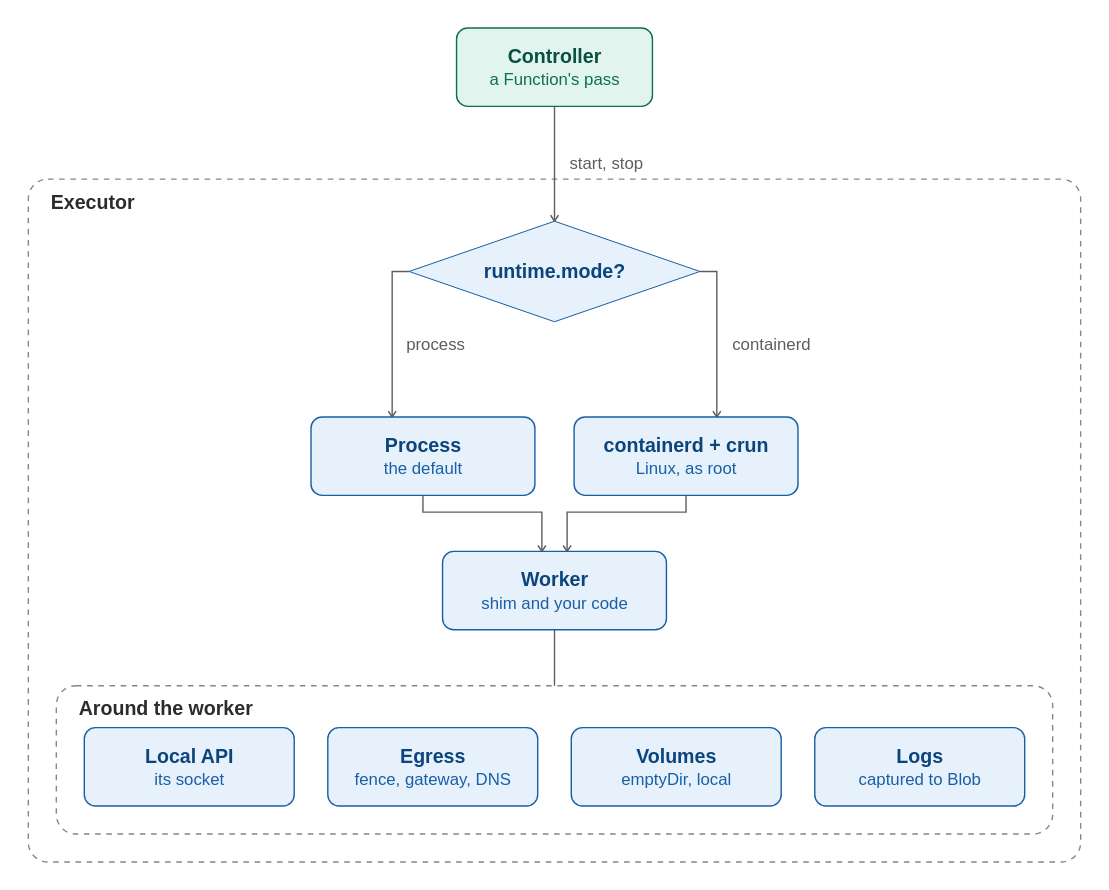
This is docs/guide/platform/architecture/data-plane-executor.drawio.svg from pyvvo/funcd, a draw.io export, as it was before one commit. Source tidied: cells renumbered, new cells last; positions are measured from the earlier drawing's top-left corner, leaving out a move shared by most shapes.
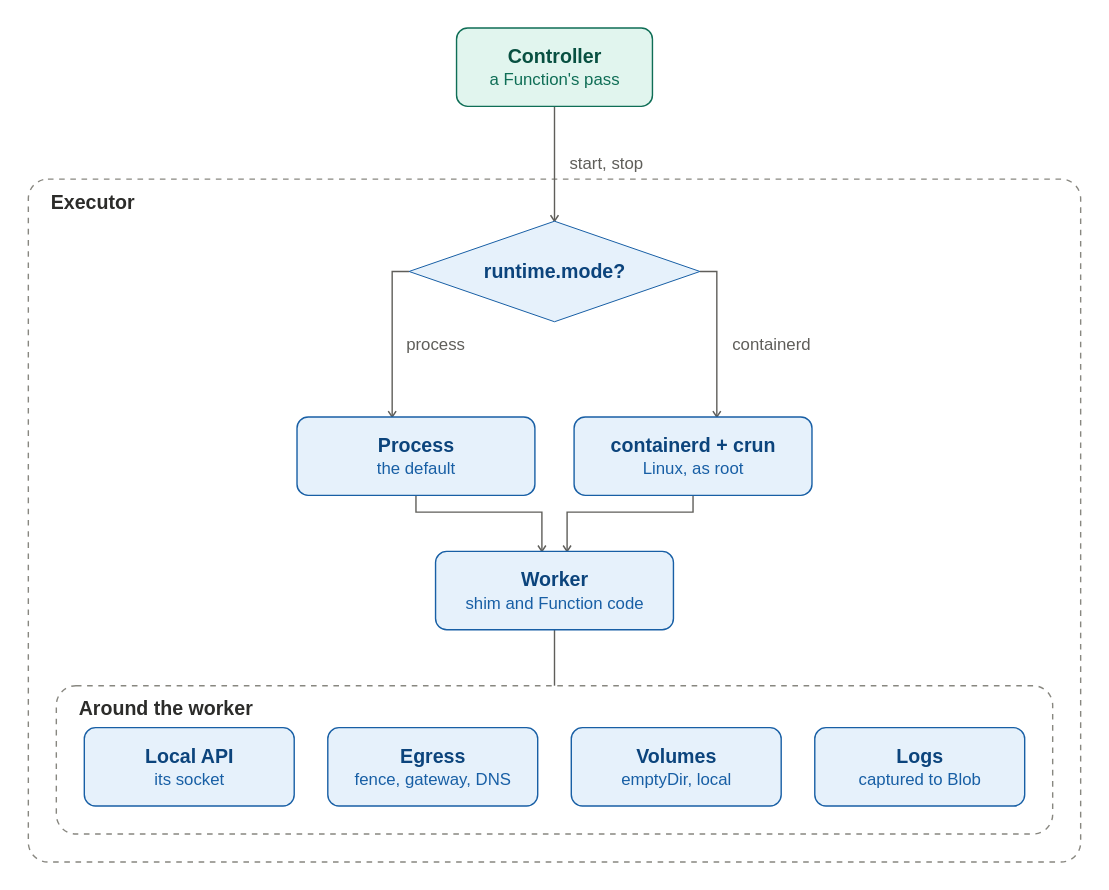
After the commit.

What changed in the source:
```diff
@@ -12,13 +12,13 @@
       <mxGeometry x="272" y="30" width="208" height="72" as="geometry" />
     </mxCell>
     <mxCell id="5" value="&lt;b&gt;Process&lt;/b&gt;&lt;br&gt;&lt;font style=&quot;font-size:12px&quot; color=&quot;#185FA5&quot;&gt;the default&lt;/font&gt;" style="rounded=1;absoluteArcSize=1;arcSize=16;whiteSpace=wrap;html=1;fillColor=#E6F1FB;strokeColor=#185FA5;fontColor=#0C447C;fontSize=14;" parent="3" vertex="1">
-      <mxGeometry x="202" y="170" width="160" height="56" as="geometry" />
+      <mxGeometry x="192" y="170" width="170" height="56" as="geometry" />
     </mxCell>
     <mxCell id="6" value="&lt;b&gt;containerd + crun&lt;/b&gt;&lt;br&gt;&lt;font style=&quot;font-size:12px&quot; color=&quot;#185FA5&quot;&gt;Linux, as root&lt;/font&gt;" style="rounded=1;absoluteArcSize=1;arcSize=16;whiteSpace=wrap;html=1;fillColor=#E6F1FB;strokeColor=#185FA5;fontColor=#0C447C;fontSize=14;" parent="3" vertex="1">
-      <mxGeometry x="390" y="170" width="160" height="56" as="geometry" />
+      <mxGeometry x="390" y="170" width="170" height="56" as="geometry" />
     </mxCell>
-    <mxCell id="7" value="&lt;b&gt;Worker&lt;/b&gt;&lt;br&gt;&lt;font style=&quot;font-size:12px&quot; color=&quot;#185FA5&quot;&gt;shim and your code&lt;/font&gt;" style="rounded=1;absoluteArcSize=1;arcSize=16;whiteSpace=wrap;html=1;fillColor=#E6F1FB;strokeColor=#185FA5;fontColor=#0C447C;fontSize=14;" parent="3" vertex="1">
-      <mxGeometry x="296" y="266" width="160" height="56" as="geometry" />
+    <mxCell id="7" value="&lt;b&gt;Worker&lt;/b&gt;&lt;br&gt;&lt;font style=&quot;font-size:12px&quot; color=&quot;#185FA5&quot;&gt;shim and Function code&lt;/font&gt;" style="rounded=1;absoluteArcSize=1;arcSize=16;whiteSpace=wrap;html=1;fillColor=#E6F1FB;strokeColor=#185FA5;fontColor=#0C447C;fontSize=14;" parent="3" vertex="1">
+      <mxGeometry x="291" y="266" width="170" height="56" as="geometry" />
     </mxCell>
     <mxCell id="8" value="Around the worker" style="rounded=1;absoluteArcSize=1;arcSize=28;dashed=1;fillColor=none;strokeColor=#888780;fontStyle=1;fontSize=14;fontColor=#2C2C2A;align=left;verticalAlign=top;spacingLeft=10;spacingTop=2;html=1;" parent="3" vertex="1">
       <mxGeometry x="20" y="362" width="712" height="106" as="geometry" />
@@ -40,7 +40,7 @@
         <mxPoint x="37" as="offset" />
       </mxGeometry>
     </mxCell>
-    <mxCell id="14" value="process" style="edgeStyle=orthogonalEdgeStyle;rounded=0;html=1;jettySize=auto;strokeColor=#5F5E5A;fontColor=#5F5E5A;fontSize=12;labelBackgroundColor=#FFFFFF;endSize=7;endArrow=open;endFill=0;exitX=0;exitY=0.5;exitDx=0;exitDy=0;exitPerimeter=0;entryX=0.362;entryY=0;entryDx=0;entryDy=0;entryPerimeter=0;" parent="1" edge="1" source="4" target="5">
+    <mxCell id="14" value="process" style="edgeStyle=orthogonalEdgeStyle;rounded=0;html=1;jettySize=auto;strokeColor=#5F5E5A;fontColor=#5F5E5A;fontSize=12;labelBackgroundColor=#FFFFFF;endSize=7;endArrow=open;endFill=0;exitX=0;exitY=0.5;exitDx=0;exitDy=0;exitPerimeter=0;entryX=0.4;entryY=0;entryDx=0;entryDy=0;entryPerimeter=0;" parent="1" edge="1" source="4" target="5">
       <mxGeometry x="0.1" relative="1" as="geometry">
         <Array as="points">
           <mxPoint x="260" y="174" />
@@ -48,7 +48,7 @@
         <mxPoint x="31" as="offset" />
       </mxGeometry>
     </mxCell>
-    <mxCell id="15" value="containerd" style="edgeStyle=orthogonalEdgeStyle;rounded=0;html=1;jettySize=auto;strokeColor=#5F5E5A;fontColor=#5F5E5A;fontSize=12;labelBackgroundColor=#FFFFFF;endSize=7;endArrow=open;endFill=0;exitX=1;exitY=0.5;exitDx=0;exitDy=0;exitPerimeter=0;entryX=0.637;entryY=0;entryDx=0;entryDy=0;entryPerimeter=0;" parent="1" edge="1" source="4" target="6">
+    <mxCell id="15" value="containerd" style="edgeStyle=orthogonalEdgeStyle;rounded=0;html=1;jettySize=auto;strokeColor=#5F5E5A;fontColor=#5F5E5A;fontSize=12;labelBackgroundColor=#FFFFFF;endSize=7;endArrow=open;endFill=0;exitX=1;exitY=0.5;exitDx=0;exitDy=0;exitPerimeter=0;entryX=0.6;entryY=0;entryDx=0;entryDy=0;entryPerimeter=0;" parent="1" edge="1" source="4" target="6">
       <mxGeometry x="0.1" relative="1" as="geometry">
         <Array as="points">
           <mxPoint x="492" y="174" />
@@ -56,18 +56,18 @@
         <mxPoint x="39" as="offset" />
       </mxGeometry>
     </mxCell>
-    <mxCell id="16" style="edgeStyle=orthogonalEdgeStyle;rounded=0;html=1;jettySize=auto;strokeColor=#5F5E5A;fontColor=#5F5E5A;fontSize=12;labelBackgroundColor=#FFFFFF;endSize=7;endArrow=open;endFill=0;exitX=0.5;exitY=1;exitDx=0;exitDy=0;exitPerimeter=0;entryX=0.444;entryY=0;entryDx=0;entryDy=0;entryPerimeter=0;" parent="1" edge="1" source="5" target="7">
+    <mxCell id="16" style="edgeStyle=orthogonalEdgeStyle;rounded=0;html=1;jettySize=auto;strokeColor=#5F5E5A;fontColor=#5F5E5A;fontSize=12;labelBackgroundColor=#FFFFFF;endSize=7;endArrow=open;endFill=0;exitX=0.5;exitY=1;exitDx=0;exitDy=0;exitPerimeter=0;entryX=0.447;entryY=0;entryDx=0;entryDy=0;entryPerimeter=0;" parent="1" edge="1" source="5" target="7">
       <mxGeometry relative="1" as="geometry">
         <Array as="points">
-          <mxPoint x="282" y="346" />
+          <mxPoint x="277" y="346" />
           <mxPoint x="367" y="346" />
         </Array>
       </mxGeometry>
     </mxCell>
-    <mxCell id="17" style="edgeStyle=orthogonalEdgeStyle;rounded=0;html=1;jettySize=auto;strokeColor=#5F5E5A;fontColor=#5F5E5A;fontSize=12;labelBackgroundColor=#FFFFFF;endSize=7;endArrow=open;endFill=0;exitX=0.5;exitY=1;exitDx=0;exitDy=0;exitPerimeter=0;entryX=0.556;entryY=0;entryDx=0;entryDy=0;entryPerimeter=0;" parent="1" edge="1" source="6" target="7">
+    <mxCell id="17" style="edgeStyle=orthogonalEdgeStyle;rounded=0;html=1;jettySize=auto;strokeColor=#5F5E5A;fontColor=#5F5E5A;fontSize=12;labelBackgroundColor=#FFFFFF;endSize=7;endArrow=open;endFill=0;exitX=0.5;exitY=1;exitDx=0;exitDy=0;exitPerimeter=0;entryX=0.553;entryY=0;entryDx=0;entryDy=0;entryPerimeter=0;" parent="1" edge="1" source="6" target="7">
       <mxGeometry relative="1" as="geometry">
         <Array as="points">
-          <mxPoint x="470" y="346" />
+          <mxPoint x="475" y="346" />
           <mxPoint x="385" y="346" />
         </Array>
       </mxGeometry>
```
